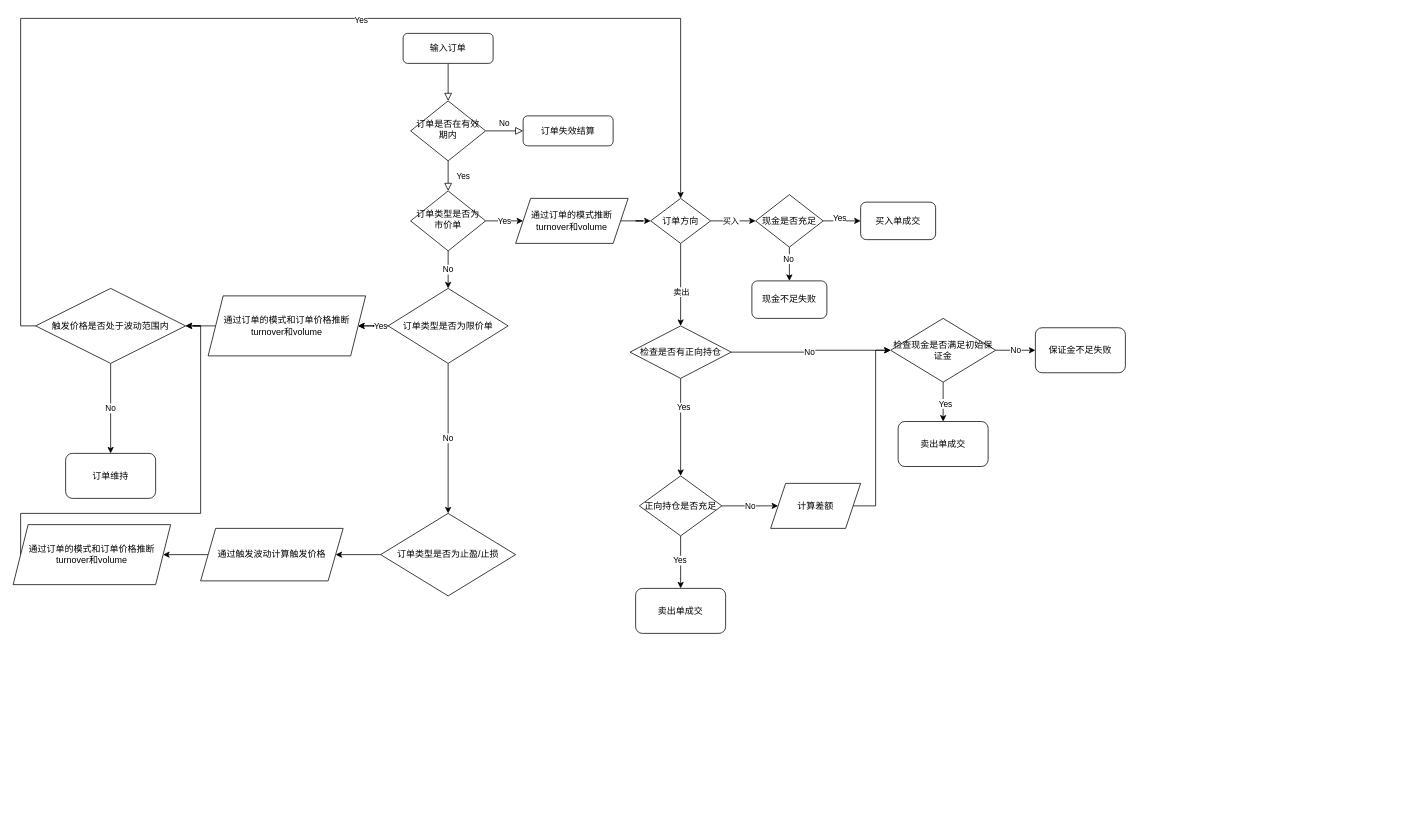
Above: Picture Resources/Untitled Diagram.drawio in WFCT-Share/Display-Device-Selection-Guidev0.8 (draw.io), before the change. Source tidied: cells renumbered, new cells numbered last; positions are measured from the earlier drawing's top-left corner, leaving out a move shared by most shapes. Both pictures are drawn from the tidied source at 75%, with x=0, y=0 at pixel (13, 18).
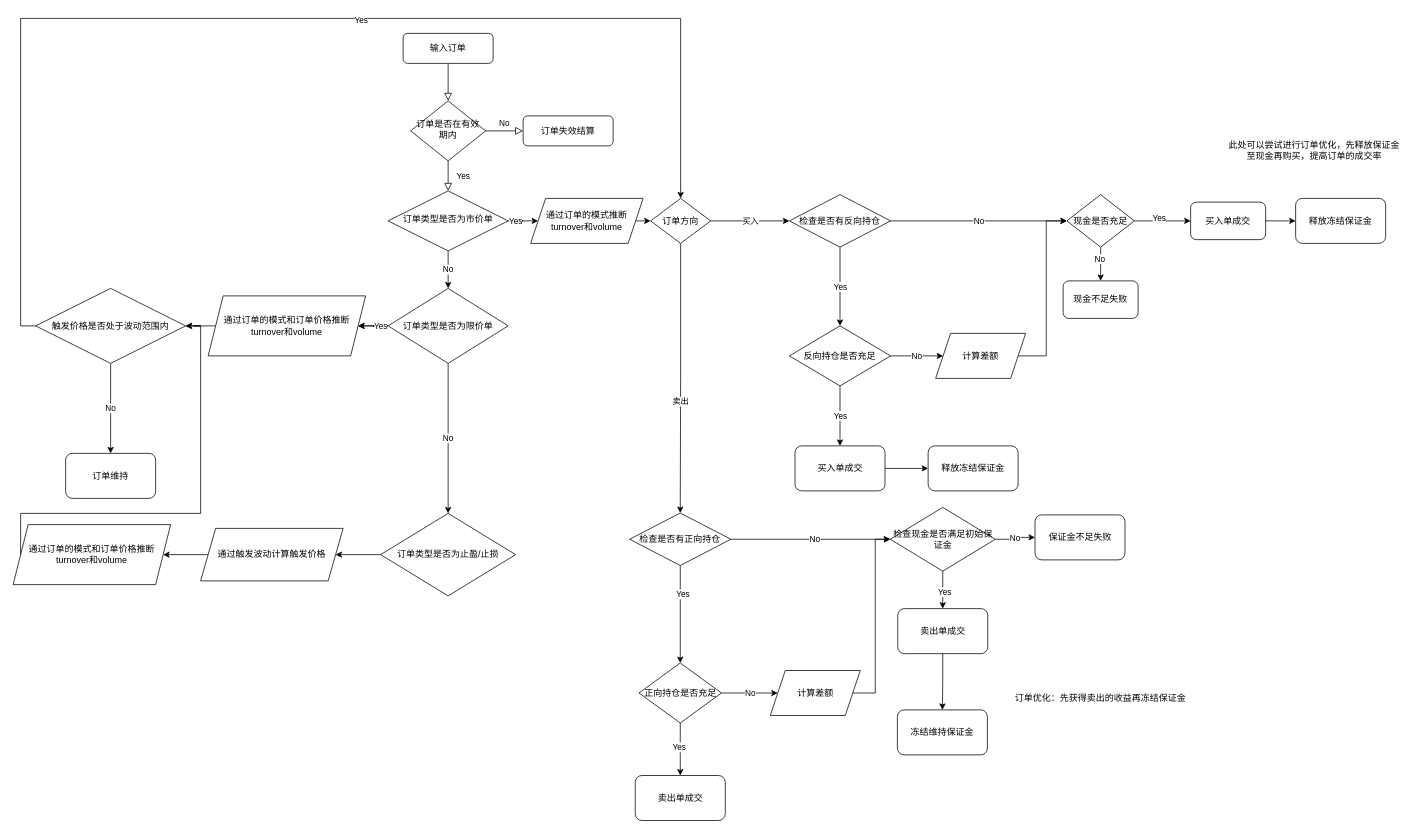
The same diagram, later.

The change refers to these unchanged cells:
```xml
<mxCell id="17" value="订单方向" style="rhombus;whiteSpace=wrap;html=1;" parent="1" vertex="1">
  <mxGeometry x="850" y="240" width="80" height="60" as="geometry" />
</mxCell>
<mxCell id="23" style="edgeStyle=orthogonalEdgeStyle;rounded=0;jettySize=auto;html=1;exitX=1;exitY=0.5;exitDx=0;exitDy=0;entryX=0;entryY=0.5;entryDx=0;entryDy=0;" parent="1" edge="1" source="27" target="33">
  <mxGeometry relative="1" as="geometry" />
</mxCell>
```

Diff of the diagram source:
```diff
@@
     <mxCell id="10" value="订单类型是否为市价单" style="rhombus;whiteSpace=wrap;html=1;shadow=0;fontFamily=Helvetica;fontSize=12;align=center;strokeWidth=1;spacing=6;spacingTop=-4;" parent="1" vertex="1">
-      <mxGeometry x="530" y="230" width="100" height="80" as="geometry" />
+      <mxGeometry x="500" y="230" width="160" height="80" as="geometry" />
     </mxCell>
@@
     <mxCell id="12" value="通过订单的模式推断turnover和volume" style="shape=parallelogram;perimeter=parallelogramPerimeter;whiteSpace=wrap;html=1;fixedSize=1;" parent="1" vertex="1">
-      <mxGeometry x="670" y="240" width="150" height="60" as="geometry" />
+      <mxGeometry x="690" y="240" width="150" height="60" as="geometry" />
     </mxCell>
-    <mxCell id="13" style="edgeStyle=orthogonalEdgeStyle;rounded=0;jettySize=auto;html=1;exitX=1;exitY=0.5;exitDx=0;exitDy=0;entryX=0;entryY=0.5;entryDx=0;entryDy=0;" parent="1" edge="1" source="17" target="22">
-      <mxGeometry relative="1" as="geometry" />
-    </mxCell>
-    <mxCell id="14" value="买入" style="edgeLabel;html=1;align=center;verticalAlign=middle;" parent="13" vertex="1">
-      <mxGeometry x="-0.12" relative="1" as="geometry" />
-    </mxCell>
@@
+    <mxCell id="14" value="买入" style="edgeStyle=orthogonalEdgeStyle;rounded=0;jettySize=auto;html=1;exitX=1;exitY=0.5;exitDx=0;exitDy=0;entryX=0;entryY=0.5;entryDx=0;entryDy=0;" parent="1" edge="1" source="17" target="64">
+      <mxGeometry relative="1" as="geometry" />
+    </mxCell>
@@
     <mxCell id="22" value="现金是否充足" style="rhombus;whiteSpace=wrap;html=1;" parent="1" vertex="1">
-      <mxGeometry x="990" y="235" width="90" height="70" as="geometry" />
+      <mxGeometry x="1405" y="235" width="90" height="70" as="geometry" />
     </mxCell>
+    <mxCell id="25" style="edgeStyle=orthogonalEdgeStyle;rounded=0;jettySize=auto;html=1;exitX=0.5;exitY=1;exitDx=0;exitDy=0;entryX=0.5;entryY=0;entryDx=0;entryDy=0;" parent="1" edge="1" source="27" target="38">
+      <mxGeometry relative="1" as="geometry" />
+    </mxCell>
+    <mxCell id="26" value="Yes" style="edgeLabel;html=1;align=center;verticalAlign=middle;" parent="25" vertex="1">
+      <mxGeometry x="-0.41" y="3" relative="1" as="geometry" />
+    </mxCell>
@@
     <mxCell id="24" value="No" style="edgeLabel;html=1;align=center;verticalAlign=middle;" parent="23" vertex="1">
-      <mxGeometry x="-0.03" y="-4" relative="1" as="geometry">
-        <mxPoint y="-5" as="offset" />
-      </mxGeometry>
+      <mxGeometry x="0.04" relative="1" as="geometry" />
     </mxCell>
-    <mxCell id="25" style="edgeStyle=orthogonalEdgeStyle;rounded=0;jettySize=auto;html=1;exitX=0.5;exitY=1;exitDx=0;exitDy=0;entryX=0.5;entryY=0;entryDx=0;entryDy=0;" parent="1" edge="1" source="27" target="38">
-      <mxGeometry relative="1" as="geometry" />
-    </mxCell>
-    <mxCell id="26" value="Yes" style="edgeLabel;html=1;align=center;verticalAlign=middle;" parent="25" vertex="1">
-      <mxGeometry x="-0.41" y="3" relative="1" as="geometry" />
-    </mxCell>
     <mxCell id="27" value="检查是否有正向持仓" style="rhombus;whiteSpace=wrap;html=1;" parent="1" vertex="1">
-      <mxGeometry x="822.5" y="410" width="135" height="70" as="geometry" />
+      <mxGeometry x="822" y="659.5" width="135" height="70" as="geometry" />
     </mxCell>
+    <mxCell id="60" style="edgeStyle=orthogonalEdgeStyle;rounded=0;jettySize=auto;html=1;exitX=1;exitY=0.5;exitDx=0;exitDy=0;entryX=0;entryY=0.5;entryDx=0;entryDy=0;" parent="1" edge="1" source="28" target="73">
+      <mxGeometry relative="1" as="geometry" />
+    </mxCell>
     <mxCell id="28" value="买入单成交" style="rounded=1;whiteSpace=wrap;html=1;" parent="1" vertex="1">
-      <mxGeometry x="1130" y="245" width="100" height="50" as="geometry" />
+      <mxGeometry x="1570" y="245" width="100" height="50" as="geometry" />
     </mxCell>
     <mxCell id="29" value="现金不足失败" style="rounded=1;whiteSpace=wrap;html=1;" parent="1" vertex="1">
-      <mxGeometry x="985" y="350" width="100" height="50" as="geometry" />
+      <mxGeometry x="1400" y="350" width="100" height="50" as="geometry" />
     </mxCell>
@@
     <mxCell id="33" value="检查现金是否满足初始保证金" style="rhombus;whiteSpace=wrap;html=1;" parent="1" vertex="1">
-      <mxGeometry x="1170" y="400" width="140" height="85" as="geometry" />
+      <mxGeometry x="1169.5" y="652" width="140" height="85" as="geometry" />
     </mxCell>
     <mxCell id="34" value="保证金不足失败" style="rounded=1;whiteSpace=wrap;html=1;" parent="1" vertex="1">
-      <mxGeometry x="1363" y="412.5" width="120" height="60" as="geometry" />
+      <mxGeometry x="1362.5" y="662" width="120" height="60" as="geometry" />
     </mxCell>
@@
     <mxCell id="38" value="正向持仓是否充足" style="rhombus;whiteSpace=wrap;html=1;" parent="1" vertex="1">
-      <mxGeometry x="835" y="610" width="110" height="80" as="geometry" />
+      <mxGeometry x="834.5" y="859.5" width="110" height="80" as="geometry" />
     </mxCell>
+    <mxCell id="61" style="edgeStyle=orthogonalEdgeStyle;rounded=0;jettySize=auto;html=1;exitX=0.5;exitY=1;exitDx=0;exitDy=0;entryX=0.5;entryY=0;entryDx=0;entryDy=0;" parent="1" edge="1" source="39" target="72">
+      <mxGeometry relative="1" as="geometry" />
+    </mxCell>
     <mxCell id="39" value="卖出单成交" style="rounded=1;whiteSpace=wrap;html=1;" parent="1" vertex="1">
-      <mxGeometry x="1180" y="537.5" width="120" height="60" as="geometry" />
+      <mxGeometry x="1179.5" y="787" width="120" height="60" as="geometry" />
     </mxCell>
     <mxCell id="40" value="卖出单成交" style="rounded=1;whiteSpace=wrap;html=1;" parent="1" vertex="1">
-      <mxGeometry x="830" y="760" width="120" height="60" as="geometry" />
+      <mxGeometry x="829.5" y="1009.5" width="120" height="60" as="geometry" />
     </mxCell>
@@
     <mxCell id="42" value="计算差额" style="shape=parallelogram;perimeter=parallelogramPerimeter;whiteSpace=wrap;html=1;fixedSize=1;" parent="1" vertex="1">
-      <mxGeometry x="1010" y="620" width="120" height="60" as="geometry" />
+      <mxGeometry x="1009.5" y="869.5" width="120" height="60" as="geometry" />
     </mxCell>
@@
+    <mxCell id="62" value="No" style="edgeStyle=orthogonalEdgeStyle;rounded=0;jettySize=auto;html=1;exitX=1;exitY=0.5;exitDx=0;exitDy=0;entryX=0;entryY=0.5;entryDx=0;entryDy=0;" parent="1" edge="1" source="64" target="22">
+      <mxGeometry relative="1" as="geometry" />
+    </mxCell>
+    <mxCell id="63" value="Yes" style="edgeStyle=orthogonalEdgeStyle;rounded=0;jettySize=auto;html=1;exitX=0.5;exitY=1;exitDx=0;exitDy=0;entryX=0.5;entryY=0;entryDx=0;entryDy=0;" parent="1" edge="1" source="64" target="67">
+      <mxGeometry relative="1" as="geometry" />
+    </mxCell>
+    <mxCell id="64" value="检查是否有反向持仓" style="rhombus;whiteSpace=wrap;html=1;" parent="1" vertex="1">
+      <mxGeometry x="1035" y="235" width="135" height="70" as="geometry" />
+    </mxCell>
+    <mxCell id="65" value="No" style="edgeStyle=orthogonalEdgeStyle;rounded=0;jettySize=auto;html=1;exitX=1;exitY=0.5;exitDx=0;exitDy=0;entryX=0;entryY=0.5;entryDx=0;entryDy=0;" parent="1" edge="1" source="67" target="69">
+      <mxGeometry relative="1" as="geometry" />
+    </mxCell>
+    <mxCell id="66" value="Yes" style="edgeStyle=orthogonalEdgeStyle;rounded=0;jettySize=auto;html=1;exitX=0.5;exitY=1;exitDx=0;exitDy=0;entryX=0.5;entryY=0;entryDx=0;entryDy=0;" parent="1" edge="1" source="67" target="71">
+      <mxGeometry relative="1" as="geometry" />
+    </mxCell>
+    <mxCell id="67" value="反向持仓是否充足" style="rhombus;whiteSpace=wrap;html=1;" parent="1" vertex="1">
+      <mxGeometry x="1035" y="410" width="135" height="80" as="geometry" />
+    </mxCell>
+    <mxCell id="68" style="edgeStyle=orthogonalEdgeStyle;rounded=0;jettySize=auto;html=1;exitX=1;exitY=0.5;exitDx=0;exitDy=0;entryX=0;entryY=0.5;entryDx=0;entryDy=0;" parent="1" edge="1" source="69" target="22">
+      <mxGeometry relative="1" as="geometry" />
+    </mxCell>
+    <mxCell id="69" value="计算差额" style="shape=parallelogram;perimeter=parallelogramPerimeter;whiteSpace=wrap;html=1;fixedSize=1;" parent="1" vertex="1">
+      <mxGeometry x="1230" y="420" width="120" height="60" as="geometry" />
+    </mxCell>
+    <mxCell id="70" style="edgeStyle=orthogonalEdgeStyle;rounded=0;jettySize=auto;html=1;exitX=1;exitY=0.5;exitDx=0;exitDy=0;" parent="1" edge="1" source="71" target="76">
+      <mxGeometry relative="1" as="geometry" />
+    </mxCell>
+    <mxCell id="71" value="买入单成交" style="rounded=1;whiteSpace=wrap;html=1;" parent="1" vertex="1">
+      <mxGeometry x="1042.5" y="570" width="120" height="60" as="geometry" />
+    </mxCell>
+    <mxCell id="72" value="冻结维持保证金" style="rounded=1;whiteSpace=wrap;html=1;" parent="1" vertex="1">
+      <mxGeometry x="1179" y="922" width="120" height="60" as="geometry" />
+    </mxCell>
+    <mxCell id="73" value="释放冻结保证金" style="rounded=1;whiteSpace=wrap;html=1;" parent="1" vertex="1">
+      <mxGeometry x="1710" y="240" width="120" height="60" as="geometry" />
+    </mxCell>
+    <mxCell id="74" value="此处可以尝试进行订单优化，先释放保证金至现金再购买，提高订单的成交率" style="text;html=1;align=center;verticalAlign=middle;whiteSpace=wrap;rounded=0;" parent="1" vertex="1">
+      <mxGeometry x="1620" y="161" width="230" height="30" as="geometry" />
+    </mxCell>
+    <mxCell id="75" value="订单优化：先获得卖出的收益再冻结保证金" style="text;html=1;align=center;verticalAlign=middle;whiteSpace=wrap;rounded=0;" parent="1" vertex="1">
+      <mxGeometry x="1320" y="892" width="260" height="30" as="geometry" />
+    </mxCell>
+    <mxCell id="76" value="释放冻结保证金" style="rounded=1;whiteSpace=wrap;html=1;" parent="1" vertex="1">
+      <mxGeometry x="1220" y="570" width="120" height="60" as="geometry" />
+    </mxCell>
```
